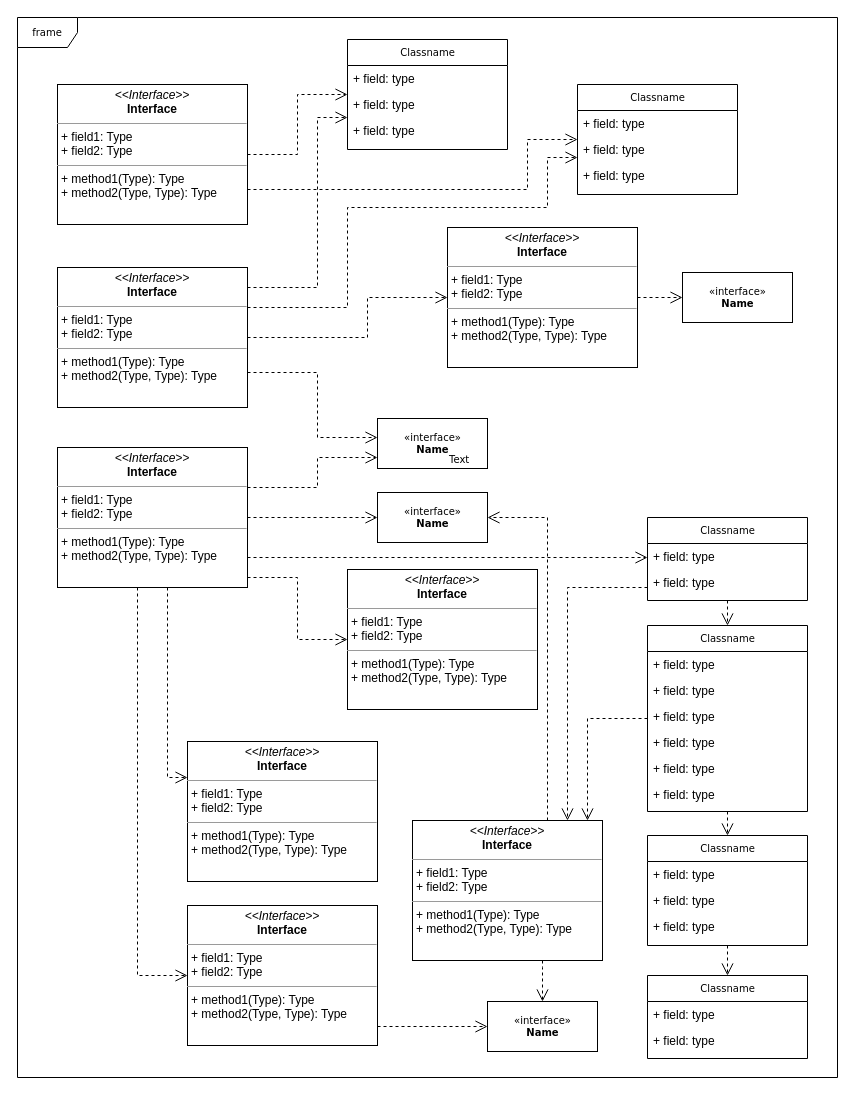
The draw.io diagram page "Page-1" (1 of 2) of Diagramme sans nom.drawio in noe-bbat/pootp, before the edit. Source tidied: cells renumbered, new cells numbered last; positions are measured from the earlier drawing's top-left corner, leaving out a move shared by most shapes. Both pictures are drawn from the tidied source at 100%, with x=0, y=0 at pixel (17, 17).
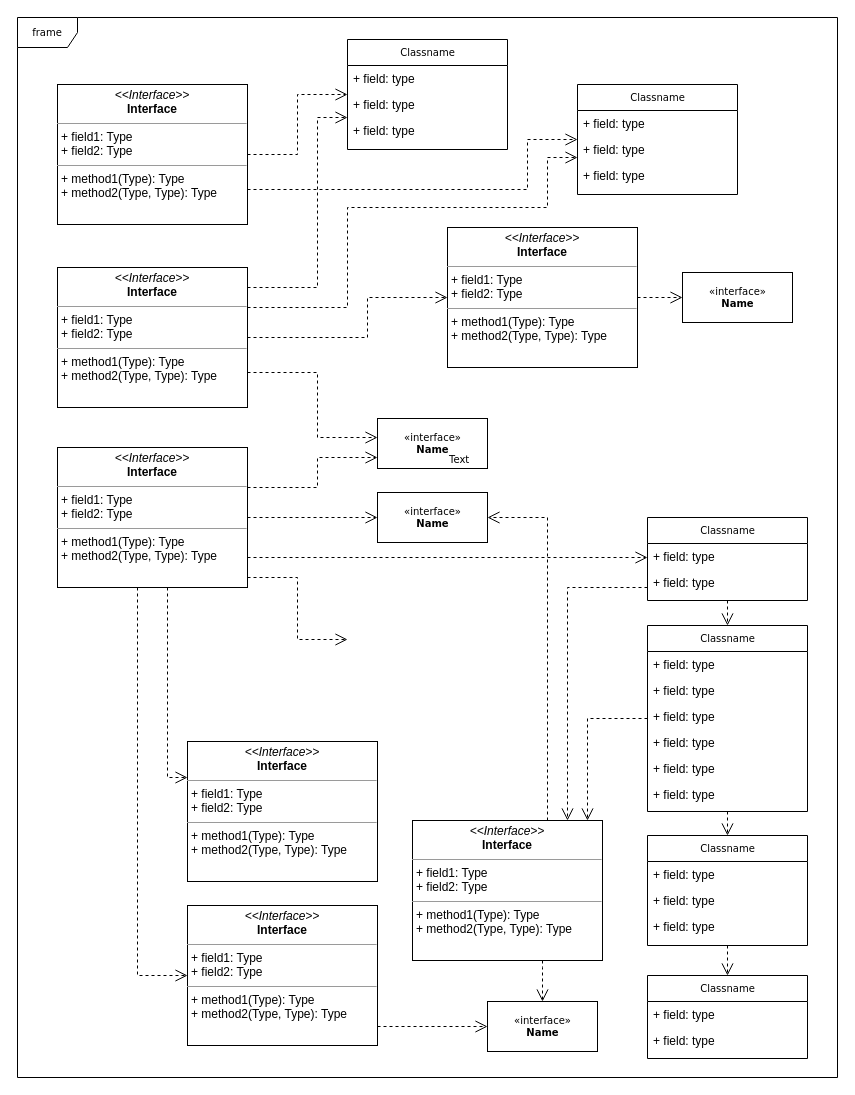
Above is the later version.

Commit message:
Mettre à jour Diagramme sans nom.drawio

Unchanged cells that the change refers to:
```xml
<mxCell id="60" value="&lt;p style=&quot;margin:0px;margin-top:4px;text-align:center;&quot;&gt;&lt;i&gt;&amp;lt;&amp;lt;Interface&amp;gt;&amp;gt;&lt;/i&gt;&lt;br/&gt;&lt;b&gt;Interface&lt;/b&gt;&lt;/p&gt;&lt;hr size=&quot;1&quot;/&gt;&lt;p style=&quot;margin:0px;margin-left:4px;&quot;&gt;+ field1: Type&lt;br/&gt;+ field2: Type&lt;/p&gt;&lt;hr size=&quot;1&quot;/&gt;&lt;p style=&quot;margin:0px;margin-left:4px;&quot;&gt;+ method1(Type): Type&lt;br/&gt;+ method2(Type, Type): Type&lt;/p&gt;" style="verticalAlign=top;align=left;overflow=fill;fontSize=12;fontFamily=Helvetica;html=1;rounded=0;shadow=0;comic=0;labelBackgroundColor=none;strokeWidth=1;" parent="1" vertex="1">
  <mxGeometry x="40" y="430" width="190" height="140" as="geometry" />
</mxCell>
```

The edit, as a diff of the source:
```diff
@@
-    <mxCell id="36" value="&lt;p style=&quot;margin:0px;margin-top:4px;text-align:center;&quot;&gt;&lt;i&gt;&amp;lt;&amp;lt;Interface&amp;gt;&amp;gt;&lt;/i&gt;&lt;br/&gt;&lt;b&gt;Interface&lt;/b&gt;&lt;/p&gt;&lt;hr size=&quot;1&quot;/&gt;&lt;p style=&quot;margin:0px;margin-left:4px;&quot;&gt;+ field1: Type&lt;br/&gt;+ field2: Type&lt;/p&gt;&lt;hr size=&quot;1&quot;/&gt;&lt;p style=&quot;margin:0px;margin-left:4px;&quot;&gt;+ method1(Type): Type&lt;br/&gt;+ method2(Type, Type): Type&lt;/p&gt;" style="verticalAlign=top;align=left;overflow=fill;fontSize=12;fontFamily=Helvetica;html=1;rounded=0;shadow=0;comic=0;labelBackgroundColor=none;strokeWidth=1;" parent="1" vertex="1">
-      <mxGeometry x="330" y="552" width="190" height="140" as="geometry" />
-    </mxCell>
@@
-    <mxCell id="56" style="edgeStyle=orthogonalEdgeStyle;rounded=0;html=1;dashed=1;labelBackgroundColor=none;startFill=0;endArrow=open;endFill=0;endSize=10;fontFamily=Verdana;fontSize=10;" parent="1" edge="1" source="60" target="36">
+    <mxCell id="56" style="edgeStyle=orthogonalEdgeStyle;rounded=0;html=1;dashed=1;labelBackgroundColor=none;startFill=0;endArrow=open;endFill=0;endSize=10;fontFamily=Verdana;fontSize=10;" parent="1" edge="1" source="60">
       <mxGeometry relative="1" as="geometry">
+        <mxPoint x="330" y="622" as="targetPoint" />
         <Array as="points">
           <mxPoint x="280" y="560" />
           <mxPoint x="280" y="622" />
         </Array>
       </mxGeometry>
     </mxCell>
```
